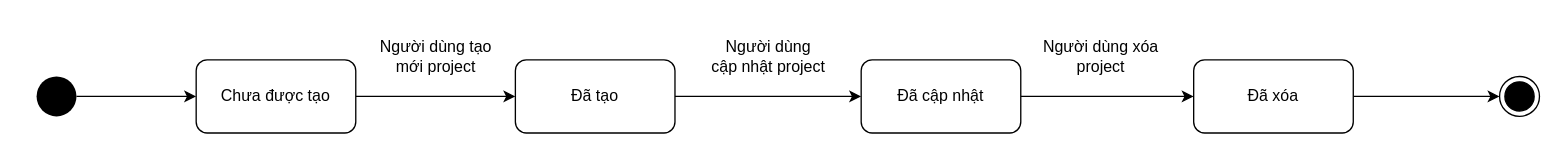
Above: ToDoApp-Doc/Document/Diagram/State Machine Diagram/ManageProject/ManageProject.drawio in Merevoli-DatLuu/To-Do-App (draw.io), before the change. Source tidied: cells renumbered, new cells numbered last; positions are measured from the earlier drawing's top-left corner, leaving out a move shared by most shapes. Both pictures are drawn from the tidied source at 133%, with x=0, y=0 at pixel (36, 36).
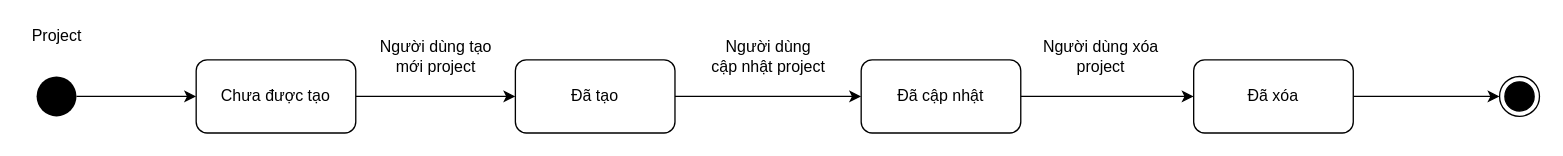
After the change.

Commit message:
[Document, Modified]: ManageProject.drawio StateDiagram

What changed in the source:
```diff
@@
 <mxGraphModel>
   <root>
     <mxCell id="0" />
     <mxCell id="1" parent="0" />
     <mxCell id="2" style="edgeStyle=orthogonalEdgeStyle;rounded=0;jettySize=auto;html=1;entryX=0;entryY=0.5;entryDx=0;entryDy=0;" parent="1" edge="1" source="3" target="5">
       <mxGeometry relative="1" as="geometry" />
     </mxCell>
     <mxCell id="3" style="ellipse;fillColor=#000000;strokeColor=none;" parent="1" vertex="1">
       <mxGeometry y="30" width="30" height="30" as="geometry" />
     </mxCell>
     <mxCell id="4" style="edgeStyle=orthogonalEdgeStyle;rounded=0;jettySize=auto;html=1;" parent="1" edge="1" source="5" target="7">
       <mxGeometry relative="1" as="geometry" />
     </mxCell>
     <mxCell id="5" value="Chưa được tạo" style="rounded=1;whiteSpace=wrap;html=1;" parent="1" vertex="1">
       <mxGeometry x="120" y="17.5" width="120" height="55" as="geometry" />
     </mxCell>
     <mxCell id="6" style="edgeStyle=orthogonalEdgeStyle;rounded=0;jettySize=auto;html=1;entryX=0;entryY=0.5;entryDx=0;entryDy=0;" parent="1" edge="1" source="7" target="10">
       <mxGeometry relative="1" as="geometry" />
     </mxCell>
     <mxCell id="7" value="Đã tạo" style="rounded=1;whiteSpace=wrap;html=1;" parent="1" vertex="1">
       <mxGeometry x="360" y="17.5" width="120" height="55" as="geometry" />
     </mxCell>
     <mxCell id="8" value="&lt;div&gt;Người dùng tạo&lt;/div&gt;&lt;div&gt;mới project&lt;br&gt;&lt;/div&gt;" style="text;html=1;align=center;verticalAlign=middle;" parent="1" vertex="1">
       <mxGeometry x="250" width="100" height="30" as="geometry" />
     </mxCell>
     <mxCell id="9" style="edgeStyle=orthogonalEdgeStyle;rounded=0;jettySize=auto;html=1;entryX=0;entryY=0.5;entryDx=0;entryDy=0;" parent="1" edge="1" source="10" target="13">
       <mxGeometry relative="1" as="geometry" />
     </mxCell>
     <mxCell id="10" value="Đã cập nhật" style="rounded=1;whiteSpace=wrap;html=1;" parent="1" vertex="1">
       <mxGeometry x="620" y="17.5" width="120" height="55" as="geometry" />
     </mxCell>
     <mxCell id="11" value="&lt;div&gt;Người dùng&lt;/div&gt;&lt;div&gt;cập nhật project&lt;/div&gt;" style="text;html=1;align=center;verticalAlign=middle;" parent="1" vertex="1">
       <mxGeometry x="500" width="100" height="30" as="geometry" />
     </mxCell>
     <mxCell id="12" style="edgeStyle=orthogonalEdgeStyle;rounded=0;jettySize=auto;html=1;" parent="1" edge="1" source="13" target="15">
       <mxGeometry relative="1" as="geometry" />
     </mxCell>
     <mxCell id="13" value="Đã xóa" style="rounded=1;whiteSpace=wrap;html=1;" parent="1" vertex="1">
       <mxGeometry x="870" y="17.5" width="120" height="55" as="geometry" />
     </mxCell>
     <mxCell id="14" value="&lt;div&gt;Người dùng xóa&lt;/div&gt;&lt;div&gt;project&lt;br&gt;&lt;/div&gt;" style="text;html=1;align=center;verticalAlign=middle;" parent="1" vertex="1">
       <mxGeometry x="750" width="100" height="30" as="geometry" />
     </mxCell>
     <mxCell id="15" style="ellipse;html=1;shape=endState;fillColor=#000000;strokeColor=#000000;" parent="1" vertex="1">
       <mxGeometry x="1100" y="30" width="30" height="30" as="geometry" />
     </mxCell>
+    <mxCell id="16" value="Project" style="text;html=1;align=center;verticalAlign=middle;" parent="1" vertex="1">
+      <mxGeometry x="-10" y="-10" width="50" height="20" as="geometry" />
+    </mxCell>
   </root>
 </mxGraphModel>
```
